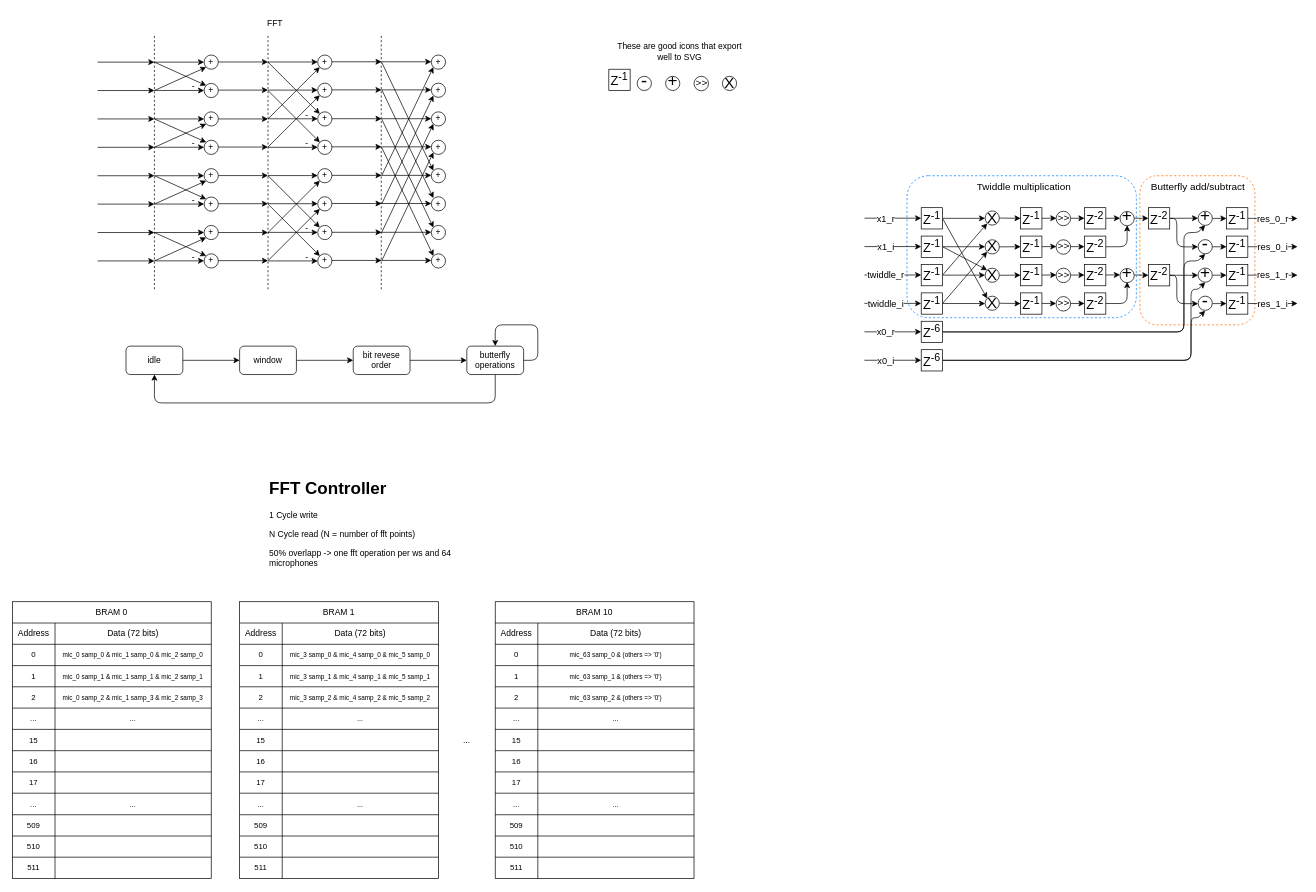
Before: doc/diagrams_exjobb/fft_controller.dio in acoustic-warfare/FPGA-sampling, a draw.io diagram. Source tidied: cells renumbered, new cells numbered last; positions are measured from the earlier drawing's top-left corner, leaving out a move shared by most shapes. Both pictures are drawn from the tidied source at 71%, with x=0, y=0 at pixel (12, 12).
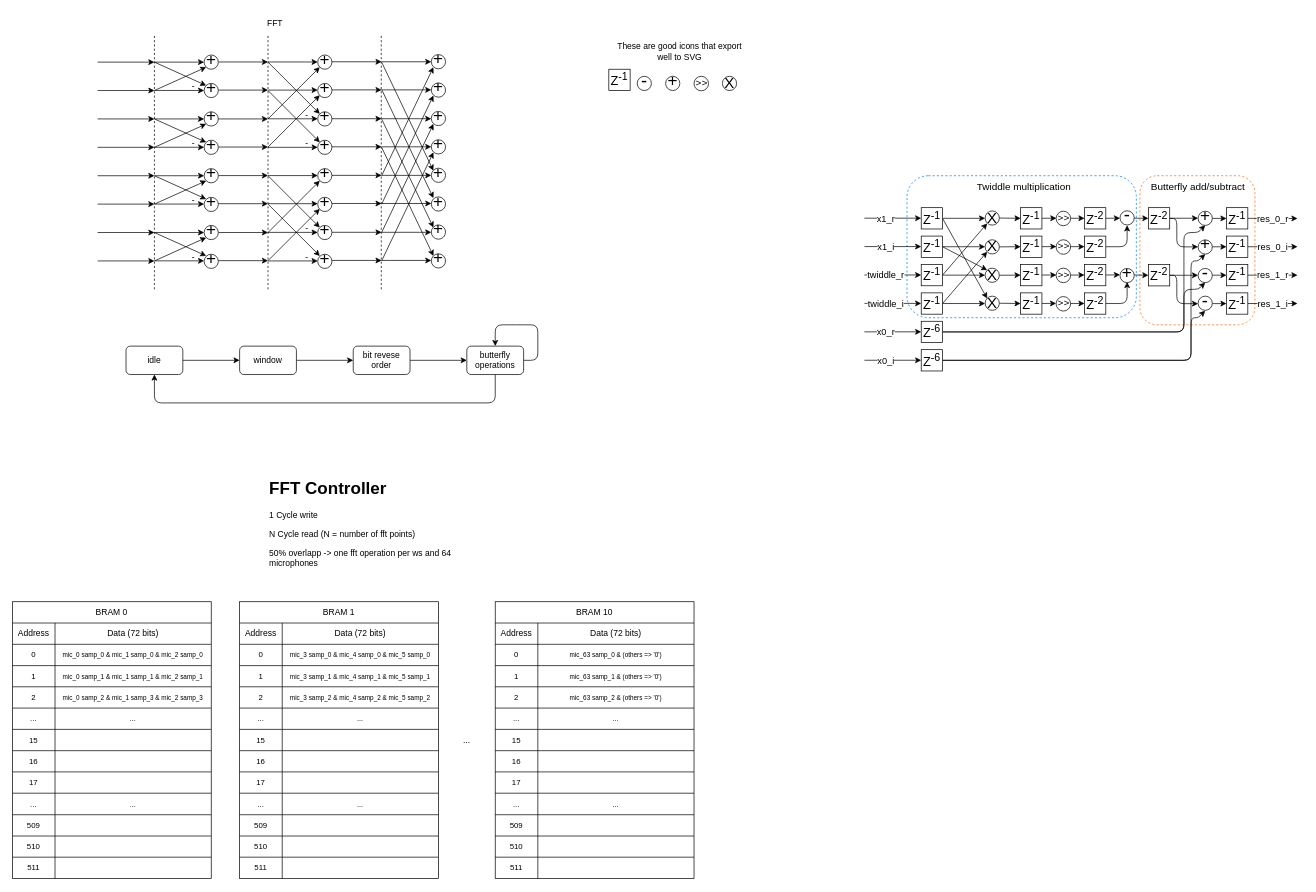
The same diagram, later.

Unchanged cells that the change refers to:
```xml
<mxCell id="258" value="&lt;span style=&quot;font-size: 18px;&quot;&gt;Z&lt;sup&gt;-6&lt;/sup&gt;&lt;/span&gt;" style="whiteSpace=wrap;html=1;fontSize=12;" parent="1" vertex="1">
  <mxGeometry x="1280" y="435" width="30" height="30" as="geometry" />
</mxCell>
<mxCell id="261" value="&lt;span style=&quot;font-size: 18px;&quot;&gt;Z&lt;sup&gt;-6&lt;/sup&gt;&lt;/span&gt;" style="whiteSpace=wrap;html=1;fontSize=12;" parent="1" vertex="1">
  <mxGeometry x="1280" y="475" width="30" height="30" as="geometry" />
</mxCell>
```

Diff of the diagram source:
```diff
@@
-    <mxCell id="13" style="endArrow=classic;html=1;entryX=0;entryY=0;entryDx=0;entryDy=0;" parent="1" edge="1" target="14">
+    <mxCell id="13" style="endArrow=classic;html=1;entryX=0;entryY=0;entryDx=0;entryDy=0;" parent="1" edge="1">
       <mxGeometry relative="1" as="geometry">
         <mxPoint x="200" y="70" as="sourcePoint" />
+        <mxPoint x="272.9" y="102.9" as="targetPoint" />
       </mxGeometry>
     </mxCell>
-    <mxCell id="14" value="+" style="ellipse;whiteSpace=wrap;html=1;" parent="1" vertex="1">
-      <mxGeometry x="270" y="100" width="20" height="20" as="geometry" />
-    </mxCell>
-    <mxCell id="15" value="+" style="ellipse;whiteSpace=wrap;html=1;" parent="1" vertex="1">
-      <mxGeometry x="270" y="60" width="20" height="20" as="geometry" />
-    </mxCell>
-    <mxCell id="16" style="endArrow=classic;html=1;entryX=0;entryY=1;entryDx=0;entryDy=0;" parent="1" edge="1" target="15">
+    <mxCell id="16" style="endArrow=classic;html=1;entryX=0;entryY=1;entryDx=0;entryDy=0;" parent="1" edge="1">
       <mxGeometry relative="1" as="geometry">
         <mxPoint x="200" y="110" as="sourcePoint" />
+        <mxPoint x="272.9" y="77.1" as="targetPoint" />
       </mxGeometry>
     </mxCell>
@@
-    <mxCell id="20" style="endArrow=classic;html=1;entryX=0;entryY=0;entryDx=0;entryDy=0;" parent="1" edge="1" target="21">
+    <mxCell id="20" style="endArrow=classic;html=1;entryX=0;entryY=0;entryDx=0;entryDy=0;" parent="1" edge="1">
       <mxGeometry relative="1" as="geometry">
         <mxPoint x="200" y="150" as="sourcePoint" />
+        <mxPoint x="272.9" y="182.9" as="targetPoint" />
       </mxGeometry>
     </mxCell>
-    <mxCell id="21" value="+" style="ellipse;whiteSpace=wrap;html=1;" parent="1" vertex="1">
-      <mxGeometry x="270" y="180" width="20" height="20" as="geometry" />
-    </mxCell>
-    <mxCell id="22" value="+" style="ellipse;whiteSpace=wrap;html=1;" parent="1" vertex="1">
-      <mxGeometry x="270" y="140" width="20" height="20" as="geometry" />
-    </mxCell>
-    <mxCell id="23" style="endArrow=classic;html=1;entryX=0;entryY=1;entryDx=0;entryDy=0;" parent="1" edge="1" target="22">
+    <mxCell id="23" style="endArrow=classic;html=1;entryX=0;entryY=1;entryDx=0;entryDy=0;" parent="1" edge="1">
       <mxGeometry relative="1" as="geometry">
         <mxPoint x="200" y="190" as="sourcePoint" />
+        <mxPoint x="272.9" y="157.1" as="targetPoint" />
       </mxGeometry>
     </mxCell>
@@
-    <mxCell id="27" value="+" style="ellipse;whiteSpace=wrap;html=1;" parent="1" vertex="1">
-      <mxGeometry x="430" y="60" width="20" height="20" as="geometry" />
-    </mxCell>
-    <mxCell id="28" style="endArrow=classic;html=1;entryX=0;entryY=1;entryDx=0;entryDy=0;" parent="1" edge="1" target="27">
+    <mxCell id="28" style="endArrow=classic;html=1;entryX=0;entryY=1;entryDx=0;entryDy=0;" parent="1" edge="1">
       <mxGeometry relative="1" as="geometry">
         <mxPoint x="360" y="150" as="sourcePoint" />
+        <mxPoint x="432.9" y="77.1" as="targetPoint" />
       </mxGeometry>
     </mxCell>
@@
-    <mxCell id="32" value="+" style="ellipse;whiteSpace=wrap;html=1;" parent="1" vertex="1">
-      <mxGeometry x="430" y="99.6" width="20" height="20" as="geometry" />
-    </mxCell>
-    <mxCell id="33" style="endArrow=classic;html=1;entryX=0;entryY=1;entryDx=0;entryDy=0;" parent="1" edge="1" target="32">
+    <mxCell id="33" style="endArrow=classic;html=1;entryX=0;entryY=1;entryDx=0;entryDy=0;" parent="1" edge="1">
       <mxGeometry relative="1" as="geometry">
         <mxPoint x="360" y="189.6" as="sourcePoint" />
+        <mxPoint x="432.9" y="116.7" as="targetPoint" />
       </mxGeometry>
     </mxCell>
@@
-    <mxCell id="36" value="+" style="ellipse;whiteSpace=wrap;html=1;" parent="1" vertex="1">
-      <mxGeometry x="430" y="140" width="20" height="20" as="geometry" />
-    </mxCell>
-    <mxCell id="37" value="+" style="ellipse;whiteSpace=wrap;html=1;" parent="1" vertex="1">
-      <mxGeometry x="430" y="180" width="20" height="20" as="geometry" />
-    </mxCell>
@@
-    <mxCell id="40" style="endArrow=classic;html=1;entryX=0;entryY=0;entryDx=0;entryDy=0;" parent="1" edge="1" target="36">
+    <mxCell id="40" style="endArrow=classic;html=1;entryX=0;entryY=0;entryDx=0;entryDy=0;" parent="1" edge="1">
       <mxGeometry relative="1" as="geometry">
         <mxPoint x="360" y="70" as="sourcePoint" />
+        <mxPoint x="432.9" y="142.9" as="targetPoint" />
       </mxGeometry>
     </mxCell>
@@
-    <mxCell id="46" style="endArrow=classic;html=1;entryX=0;entryY=0;entryDx=0;entryDy=0;" parent="1" edge="1" target="47">
+    <mxCell id="46" style="endArrow=classic;html=1;entryX=0;entryY=0;entryDx=0;entryDy=0;" parent="1" edge="1">
       <mxGeometry relative="1" as="geometry">
         <mxPoint x="200" y="230" as="sourcePoint" />
+        <mxPoint x="272.9" y="262.9" as="targetPoint" />
       </mxGeometry>
     </mxCell>
-    <mxCell id="47" value="+" style="ellipse;whiteSpace=wrap;html=1;" parent="1" vertex="1">
-      <mxGeometry x="270" y="260" width="20" height="20" as="geometry" />
-    </mxCell>
-    <mxCell id="48" value="+" style="ellipse;whiteSpace=wrap;html=1;" parent="1" vertex="1">
-      <mxGeometry x="270" y="220" width="20" height="20" as="geometry" />
-    </mxCell>
-    <mxCell id="49" style="endArrow=classic;html=1;entryX=0;entryY=1;entryDx=0;entryDy=0;" parent="1" edge="1" target="48">
+    <mxCell id="49" style="endArrow=classic;html=1;entryX=0;entryY=1;entryDx=0;entryDy=0;" parent="1" edge="1">
       <mxGeometry relative="1" as="geometry">
         <mxPoint x="200" y="270" as="sourcePoint" />
+        <mxPoint x="272.9" y="237.1" as="targetPoint" />
       </mxGeometry>
     </mxCell>
@@
-    <mxCell id="53" style="endArrow=classic;html=1;entryX=0;entryY=0;entryDx=0;entryDy=0;" parent="1" edge="1" target="54">
+    <mxCell id="53" style="endArrow=classic;html=1;entryX=0;entryY=0;entryDx=0;entryDy=0;" parent="1" edge="1">
       <mxGeometry relative="1" as="geometry">
         <mxPoint x="200" y="310" as="sourcePoint" />
+        <mxPoint x="272.9" y="342.9" as="targetPoint" />
       </mxGeometry>
     </mxCell>
-    <mxCell id="54" value="+" style="ellipse;whiteSpace=wrap;html=1;" parent="1" vertex="1">
-      <mxGeometry x="270" y="340" width="20" height="20" as="geometry" />
-    </mxCell>
-    <mxCell id="55" value="+" style="ellipse;whiteSpace=wrap;html=1;" parent="1" vertex="1">
-      <mxGeometry x="270" y="300" width="20" height="20" as="geometry" />
-    </mxCell>
-    <mxCell id="56" style="endArrow=classic;html=1;entryX=0;entryY=1;entryDx=0;entryDy=0;" parent="1" edge="1" target="55">
+    <mxCell id="56" style="endArrow=classic;html=1;entryX=0;entryY=1;entryDx=0;entryDy=0;" parent="1" edge="1">
       <mxGeometry relative="1" as="geometry">
         <mxPoint x="200" y="350" as="sourcePoint" />
+        <mxPoint x="272.9" y="317.1" as="targetPoint" />
       </mxGeometry>
     </mxCell>
@@
-    <mxCell id="60" value="+" style="ellipse;whiteSpace=wrap;html=1;" parent="1" vertex="1">
-      <mxGeometry x="430" y="220" width="20" height="20" as="geometry" />
-    </mxCell>
-    <mxCell id="61" style="endArrow=classic;html=1;entryX=0;entryY=1;entryDx=0;entryDy=0;" parent="1" edge="1" target="60">
+    <mxCell id="61" style="endArrow=classic;html=1;entryX=0;entryY=1;entryDx=0;entryDy=0;" parent="1" edge="1">
       <mxGeometry relative="1" as="geometry">
         <mxPoint x="360" y="310" as="sourcePoint" />
+        <mxPoint x="432.9" y="237.1" as="targetPoint" />
       </mxGeometry>
     </mxCell>
@@
-    <mxCell id="65" value="+" style="ellipse;whiteSpace=wrap;html=1;" parent="1" vertex="1">
-      <mxGeometry x="430" y="259.6" width="20" height="20" as="geometry" />
-    </mxCell>
-    <mxCell id="66" style="endArrow=classic;html=1;entryX=0;entryY=1;entryDx=0;entryDy=0;" parent="1" edge="1" target="65">
+    <mxCell id="66" style="endArrow=classic;html=1;entryX=0;entryY=1;entryDx=0;entryDy=0;" parent="1" edge="1">
       <mxGeometry relative="1" as="geometry">
         <mxPoint x="360" y="349.6" as="sourcePoint" />
+        <mxPoint x="432.9" y="276.7" as="targetPoint" />
       </mxGeometry>
     </mxCell>
@@
-    <mxCell id="69" value="+" style="ellipse;whiteSpace=wrap;html=1;" parent="1" vertex="1">
-      <mxGeometry x="430" y="300" width="20" height="20" as="geometry" />
-    </mxCell>
-    <mxCell id="70" value="+" style="ellipse;whiteSpace=wrap;html=1;" parent="1" vertex="1">
-      <mxGeometry x="430" y="340" width="20" height="20" as="geometry" />
-    </mxCell>
@@
-    <mxCell id="73" style="endArrow=classic;html=1;entryX=0;entryY=0;entryDx=0;entryDy=0;" parent="1" edge="1" target="69">
+    <mxCell id="73" style="endArrow=classic;html=1;entryX=0;entryY=0;entryDx=0;entryDy=0;" parent="1" edge="1">
       <mxGeometry relative="1" as="geometry">
         <mxPoint x="360" y="230" as="sourcePoint" />
+        <mxPoint x="432.9" y="302.9" as="targetPoint" />
       </mxGeometry>
     </mxCell>
@@
-    <mxCell id="85" value="+" style="ellipse;whiteSpace=wrap;html=1;" parent="1" vertex="1">
-      <mxGeometry x="590" y="60" width="20" height="20" as="geometry" />
-    </mxCell>
-    <mxCell id="86" value="+" style="ellipse;whiteSpace=wrap;html=1;" parent="1" vertex="1">
-      <mxGeometry x="590" y="99.6" width="20" height="20" as="geometry" />
-    </mxCell>
-    <mxCell id="87" value="+" style="ellipse;whiteSpace=wrap;html=1;" parent="1" vertex="1">
-      <mxGeometry x="590" y="140" width="20" height="20" as="geometry" />
-    </mxCell>
-    <mxCell id="88" value="+" style="ellipse;whiteSpace=wrap;html=1;" parent="1" vertex="1">
-      <mxGeometry x="590" y="180" width="20" height="20" as="geometry" />
-    </mxCell>
-    <mxCell id="89" value="+" style="ellipse;whiteSpace=wrap;html=1;" parent="1" vertex="1">
-      <mxGeometry x="590" y="220" width="20" height="20" as="geometry" />
-    </mxCell>
-    <mxCell id="90" value="+" style="ellipse;whiteSpace=wrap;html=1;" parent="1" vertex="1">
-      <mxGeometry x="590" y="259.6" width="20" height="20" as="geometry" />
-    </mxCell>
-    <mxCell id="91" value="+" style="ellipse;whiteSpace=wrap;html=1;" parent="1" vertex="1">
-      <mxGeometry x="590" y="300" width="20" height="20" as="geometry" />
-    </mxCell>
-    <mxCell id="92" value="+" style="ellipse;whiteSpace=wrap;html=1;" parent="1" vertex="1">
-      <mxGeometry x="590" y="340" width="20" height="20" as="geometry" />
-    </mxCell>
@@
-    <mxCell id="101" style="endArrow=classic;html=1;entryX=0;entryY=1;entryDx=0;entryDy=0;" parent="1" edge="1" target="85">
+    <mxCell id="101" style="endArrow=classic;html=1;entryX=0;entryY=1;entryDx=0;entryDy=0;" parent="1" edge="1">
       <mxGeometry relative="1" as="geometry">
         <mxPoint x="520" y="230" as="sourcePoint" />
+        <mxPoint x="592.9" y="77.1" as="targetPoint" />
       </mxGeometry>
     </mxCell>
@@
-    <mxCell id="105" style="endArrow=classic;html=1;entryX=0;entryY=0;entryDx=0;entryDy=0;" parent="1" edge="1" target="89">
+    <mxCell id="105" style="endArrow=classic;html=1;entryX=0;entryY=0;entryDx=0;entryDy=0;" parent="1" edge="1">
       <mxGeometry relative="1" as="geometry">
         <mxPoint x="520" y="70" as="sourcePoint" />
+        <mxPoint x="592.9" y="222.9" as="targetPoint" />
       </mxGeometry>
     </mxCell>
@@
-    <mxCell id="257" style="edgeStyle=none;html=1;entryX=0.5;entryY=1;entryDx=0;entryDy=0;" parent="1" edge="1" source="258">
+    <mxCell id="257" style="edgeStyle=none;html=1;entryX=0.5;entryY=1;entryDx=0;entryDy=0;" parent="1" edge="1" source="258" target="336">
       <mxGeometry relative="1" as="geometry">
-        <mxPoint x="1680" y="340.2" as="targetPoint" />
         <Array as="points">
           <mxPoint x="1650" y="450" />
-          <mxPoint x="1650" y="350" />
-          <mxPoint x="1670" y="350" />
+          <mxPoint x="1650" y="390" />
+          <mxPoint x="1670" y="390" />
         </Array>
       </mxGeometry>
     </mxCell>
@@
-    <mxCell id="259" style="edgeStyle=none;html=1;entryX=0.5;entryY=1;entryDx=0;entryDy=0;" parent="1" edge="1" source="261">
+    <mxCell id="259" style="edgeStyle=none;html=1;entryX=0.5;entryY=1;entryDx=0;entryDy=0;" parent="1" edge="1" source="261" target="305">
       <mxGeometry relative="1" as="geometry">
-        <mxPoint x="1680" y="380.2" as="targetPoint" />
         <Array as="points">
           <mxPoint x="1660" y="490" />
-          <mxPoint x="1660" y="390" />
-          <mxPoint x="1670" y="390" />
+          <mxPoint x="1660" y="350" />
+          <mxPoint x="1670" y="350" />
         </Array>
       </mxGeometry>
     </mxCell>
@@
-    <mxCell id="302" value="&lt;span style=&quot;font-size: 24px;&quot;&gt;+&lt;/span&gt;" style="ellipse;whiteSpace=wrap;html=1;verticalAlign=middle;labelPosition=center;verticalLabelPosition=middle;align=center;textDirection=rtl;spacingTop=-8;" parent="1" vertex="1">
-      <mxGeometry x="1560" y="280.4" width="20" height="20" as="geometry" />
-    </mxCell>
-    <mxCell id="303" value="&lt;font style=&quot;font-size: 26px;&quot;&gt;-&lt;/font&gt;" style="ellipse;whiteSpace=wrap;html=1;spacingTop=-8;" parent="1" vertex="1">
-      <mxGeometry x="1670" y="320" width="20" height="20" as="geometry" />
-    </mxCell>
@@
     <mxCell id="305" value="&lt;span style=&quot;font-size: 24px;&quot;&gt;+&lt;/span&gt;" style="ellipse;whiteSpace=wrap;html=1;verticalAlign=middle;labelPosition=center;verticalLabelPosition=middle;align=center;textDirection=rtl;spacingTop=-8;" parent="1" vertex="1">
-      <mxGeometry x="1670" y="360" width="20" height="20" as="geometry" />
+      <mxGeometry x="1670" y="320.4" width="20" height="20" as="geometry" />
     </mxCell>
@@
+    <mxCell id="312" value="&lt;span style=&quot;font-size: 24px;&quot;&gt;+&lt;/span&gt;" style="ellipse;whiteSpace=wrap;html=1;verticalAlign=middle;labelPosition=center;verticalLabelPosition=middle;align=center;textDirection=rtl;spacingTop=-8;" parent="1" vertex="1">
+      <mxGeometry x="270" y="60" width="20" height="20" as="geometry" />
+    </mxCell>
+    <mxCell id="313" value="&lt;span style=&quot;font-size: 24px;&quot;&gt;+&lt;/span&gt;" style="ellipse;whiteSpace=wrap;html=1;verticalAlign=middle;labelPosition=center;verticalLabelPosition=middle;align=center;textDirection=rtl;spacingTop=-8;" parent="1" vertex="1">
+      <mxGeometry x="270" y="100" width="20" height="20" as="geometry" />
+    </mxCell>
+    <mxCell id="314" value="&lt;span style=&quot;font-size: 24px;&quot;&gt;+&lt;/span&gt;" style="ellipse;whiteSpace=wrap;html=1;verticalAlign=middle;labelPosition=center;verticalLabelPosition=middle;align=center;textDirection=rtl;spacingTop=-8;" parent="1" vertex="1">
+      <mxGeometry x="270" y="140" width="20" height="20" as="geometry" />
+    </mxCell>
+    <mxCell id="315" value="&lt;span style=&quot;font-size: 24px;&quot;&gt;+&lt;/span&gt;" style="ellipse;whiteSpace=wrap;html=1;verticalAlign=middle;labelPosition=center;verticalLabelPosition=middle;align=center;textDirection=rtl;spacingTop=-8;" parent="1" vertex="1">
+      <mxGeometry x="270" y="180" width="20" height="20" as="geometry" />
+    </mxCell>
+    <mxCell id="316" value="&lt;span style=&quot;font-size: 24px;&quot;&gt;+&lt;/span&gt;" style="ellipse;whiteSpace=wrap;html=1;verticalAlign=middle;labelPosition=center;verticalLabelPosition=middle;align=center;textDirection=rtl;spacingTop=-8;" parent="1" vertex="1">
+      <mxGeometry x="270" y="220" width="20" height="20" as="geometry" />
+    </mxCell>
+    <mxCell id="317" value="&lt;span style=&quot;font-size: 24px;&quot;&gt;+&lt;/span&gt;" style="ellipse;whiteSpace=wrap;html=1;verticalAlign=middle;labelPosition=center;verticalLabelPosition=middle;align=center;textDirection=rtl;spacingTop=-8;" parent="1" vertex="1">
+      <mxGeometry x="270" y="260.4" width="20" height="20" as="geometry" />
+    </mxCell>
+    <mxCell id="318" value="&lt;span style=&quot;font-size: 24px;&quot;&gt;+&lt;/span&gt;" style="ellipse;whiteSpace=wrap;html=1;verticalAlign=middle;labelPosition=center;verticalLabelPosition=middle;align=center;textDirection=rtl;spacingTop=-8;" parent="1" vertex="1">
+      <mxGeometry x="270" y="300" width="20" height="20" as="geometry" />
+    </mxCell>
+    <mxCell id="319" value="&lt;span style=&quot;font-size: 24px;&quot;&gt;+&lt;/span&gt;" style="ellipse;whiteSpace=wrap;html=1;verticalAlign=middle;labelPosition=center;verticalLabelPosition=middle;align=center;textDirection=rtl;spacingTop=-8;" parent="1" vertex="1">
+      <mxGeometry x="270" y="340.6" width="20" height="20" as="geometry" />
+    </mxCell>
+    <mxCell id="320" value="&lt;span style=&quot;font-size: 24px;&quot;&gt;+&lt;/span&gt;" style="ellipse;whiteSpace=wrap;html=1;verticalAlign=middle;labelPosition=center;verticalLabelPosition=middle;align=center;textDirection=rtl;spacingTop=-8;" parent="1" vertex="1">
+      <mxGeometry x="430" y="60" width="20" height="20" as="geometry" />
+    </mxCell>
+    <mxCell id="321" value="&lt;span style=&quot;font-size: 24px;&quot;&gt;+&lt;/span&gt;" style="ellipse;whiteSpace=wrap;html=1;verticalAlign=middle;labelPosition=center;verticalLabelPosition=middle;align=center;textDirection=rtl;spacingTop=-8;" parent="1" vertex="1">
+      <mxGeometry x="430" y="100" width="20" height="20" as="geometry" />
+    </mxCell>
+    <mxCell id="322" value="&lt;span style=&quot;font-size: 24px;&quot;&gt;+&lt;/span&gt;" style="ellipse;whiteSpace=wrap;html=1;verticalAlign=middle;labelPosition=center;verticalLabelPosition=middle;align=center;textDirection=rtl;spacingTop=-8;" parent="1" vertex="1">
+      <mxGeometry x="430" y="140" width="20" height="20" as="geometry" />
+    </mxCell>
+    <mxCell id="323" value="&lt;span style=&quot;font-size: 24px;&quot;&gt;+&lt;/span&gt;" style="ellipse;whiteSpace=wrap;html=1;verticalAlign=middle;labelPosition=center;verticalLabelPosition=middle;align=center;textDirection=rtl;spacingTop=-8;" parent="1" vertex="1">
+      <mxGeometry x="430" y="180" width="20" height="20" as="geometry" />
+    </mxCell>
+    <mxCell id="324" value="&lt;span style=&quot;font-size: 24px;&quot;&gt;+&lt;/span&gt;" style="ellipse;whiteSpace=wrap;html=1;verticalAlign=middle;labelPosition=center;verticalLabelPosition=middle;align=center;textDirection=rtl;spacingTop=-8;" parent="1" vertex="1">
+      <mxGeometry x="430" y="220" width="20" height="20" as="geometry" />
+    </mxCell>
+    <mxCell id="325" value="&lt;span style=&quot;font-size: 24px;&quot;&gt;+&lt;/span&gt;" style="ellipse;whiteSpace=wrap;html=1;verticalAlign=middle;labelPosition=center;verticalLabelPosition=middle;align=center;textDirection=rtl;spacingTop=-8;" parent="1" vertex="1">
+      <mxGeometry x="430" y="260.4" width="20" height="20" as="geometry" />
+    </mxCell>
+    <mxCell id="326" value="&lt;span style=&quot;font-size: 24px;&quot;&gt;+&lt;/span&gt;" style="ellipse;whiteSpace=wrap;html=1;verticalAlign=middle;labelPosition=center;verticalLabelPosition=middle;align=center;textDirection=rtl;spacingTop=-8;" parent="1" vertex="1">
+      <mxGeometry x="430" y="300" width="20" height="20" as="geometry" />
+    </mxCell>
+    <mxCell id="327" value="&lt;span style=&quot;font-size: 24px;&quot;&gt;+&lt;/span&gt;" style="ellipse;whiteSpace=wrap;html=1;verticalAlign=middle;labelPosition=center;verticalLabelPosition=middle;align=center;textDirection=rtl;spacingTop=-8;" parent="1" vertex="1">
+      <mxGeometry x="430" y="340.6" width="20" height="20" as="geometry" />
+    </mxCell>
+    <mxCell id="328" value="&lt;span style=&quot;font-size: 24px;&quot;&gt;+&lt;/span&gt;" style="ellipse;whiteSpace=wrap;html=1;verticalAlign=middle;labelPosition=center;verticalLabelPosition=middle;align=center;textDirection=rtl;spacingTop=-8;" parent="1" vertex="1">
+      <mxGeometry x="590" y="59.4" width="20" height="20" as="geometry" />
+    </mxCell>
+    <mxCell id="329" value="&lt;span style=&quot;font-size: 24px;&quot;&gt;+&lt;/span&gt;" style="ellipse;whiteSpace=wrap;html=1;verticalAlign=middle;labelPosition=center;verticalLabelPosition=middle;align=center;textDirection=rtl;spacingTop=-8;" parent="1" vertex="1">
+      <mxGeometry x="590" y="99.4" width="20" height="20" as="geometry" />
+    </mxCell>
+    <mxCell id="330" value="&lt;span style=&quot;font-size: 24px;&quot;&gt;+&lt;/span&gt;" style="ellipse;whiteSpace=wrap;html=1;verticalAlign=middle;labelPosition=center;verticalLabelPosition=middle;align=center;textDirection=rtl;spacingTop=-8;" parent="1" vertex="1">
+      <mxGeometry x="590" y="139.4" width="20" height="20" as="geometry" />
+    </mxCell>
+    <mxCell id="331" value="&lt;span style=&quot;font-size: 24px;&quot;&gt;+&lt;/span&gt;" style="ellipse;whiteSpace=wrap;html=1;verticalAlign=middle;labelPosition=center;verticalLabelPosition=middle;align=center;textDirection=rtl;spacingTop=-8;" parent="1" vertex="1">
+      <mxGeometry x="590" y="179.4" width="20" height="20" as="geometry" />
+    </mxCell>
+    <mxCell id="332" value="&lt;span style=&quot;font-size: 24px;&quot;&gt;+&lt;/span&gt;" style="ellipse;whiteSpace=wrap;html=1;verticalAlign=middle;labelPosition=center;verticalLabelPosition=middle;align=center;textDirection=rtl;spacingTop=-8;" parent="1" vertex="1">
+      <mxGeometry x="590" y="219.4" width="20" height="20" as="geometry" />
+    </mxCell>
+    <mxCell id="333" value="&lt;span style=&quot;font-size: 24px;&quot;&gt;+&lt;/span&gt;" style="ellipse;whiteSpace=wrap;html=1;verticalAlign=middle;labelPosition=center;verticalLabelPosition=middle;align=center;textDirection=rtl;spacingTop=-8;" parent="1" vertex="1">
+      <mxGeometry x="590" y="259.8" width="20" height="20" as="geometry" />
+    </mxCell>
+    <mxCell id="334" value="&lt;span style=&quot;font-size: 24px;&quot;&gt;+&lt;/span&gt;" style="ellipse;whiteSpace=wrap;html=1;verticalAlign=middle;labelPosition=center;verticalLabelPosition=middle;align=center;textDirection=rtl;spacingTop=-8;" parent="1" vertex="1">
+      <mxGeometry x="590" y="299.4" width="20" height="20" as="geometry" />
+    </mxCell>
+    <mxCell id="335" value="&lt;span style=&quot;font-size: 24px;&quot;&gt;+&lt;/span&gt;" style="ellipse;whiteSpace=wrap;html=1;verticalAlign=middle;labelPosition=center;verticalLabelPosition=middle;align=center;textDirection=rtl;spacingTop=-8;" parent="1" vertex="1">
+      <mxGeometry x="590" y="340" width="20" height="20" as="geometry" />
+    </mxCell>
+    <mxCell id="336" value="&lt;font style=&quot;font-size: 26px;&quot;&gt;-&lt;/font&gt;" style="ellipse;whiteSpace=wrap;html=1;spacingTop=-8;" parent="1" vertex="1">
+      <mxGeometry x="1670" y="360.6" width="20" height="20" as="geometry" />
+    </mxCell>
+    <mxCell id="337" value="&lt;font style=&quot;font-size: 26px;&quot;&gt;-&lt;/font&gt;" style="ellipse;whiteSpace=wrap;html=1;spacingTop=-8;" parent="1" vertex="1">
+      <mxGeometry x="1560" y="279.4" width="20" height="20" as="geometry" />
+    </mxCell>
```
